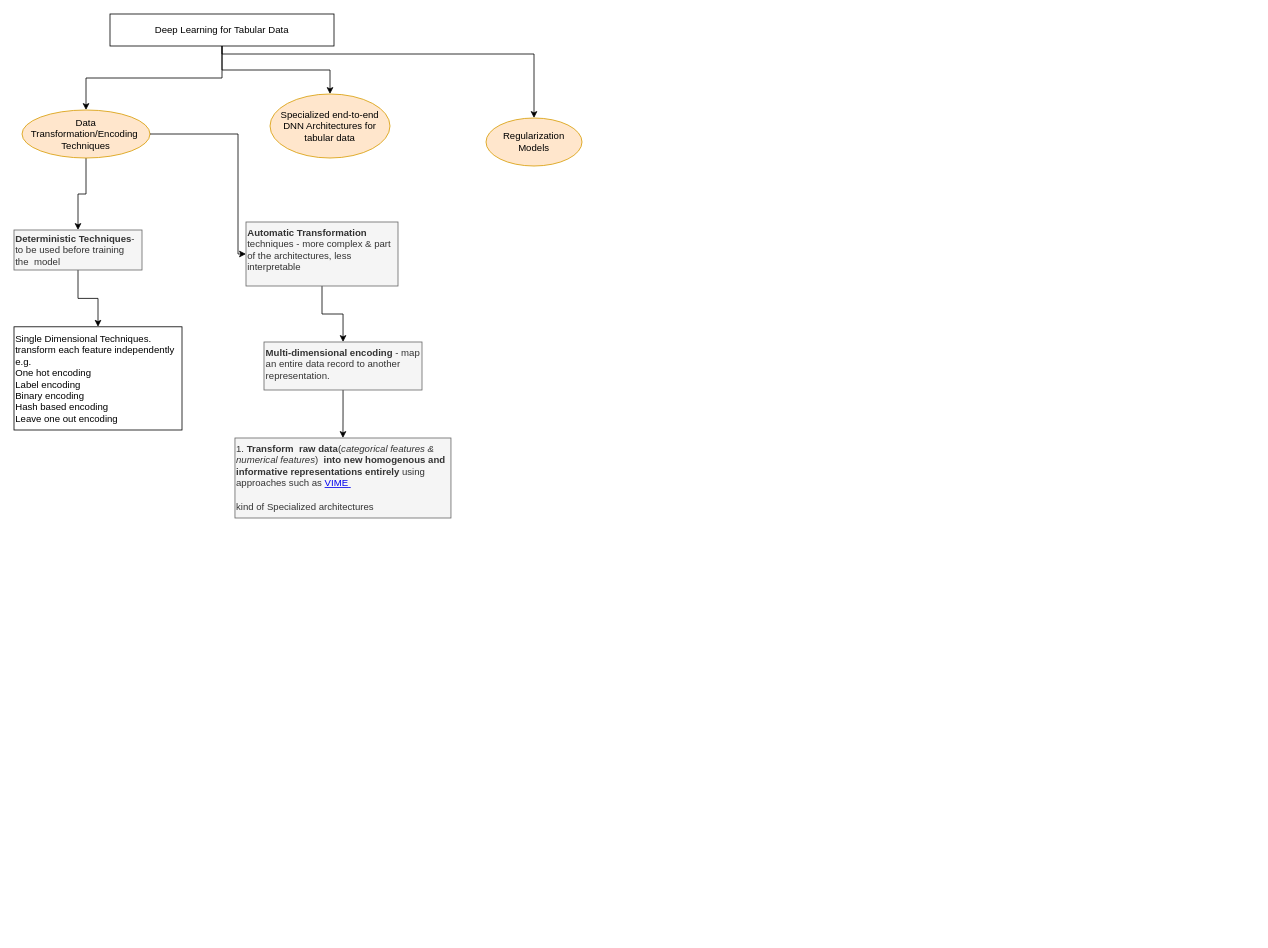
Above: DeepLearningTabularData.drawio in ambitiousrahul/concepts-viz-diagrams (draw.io), before the change. Source tidied: cells renumbered, new cells numbered last; positions are measured from the earlier drawing's top-left corner, leaving out a move shared by most shapes. Both pictures are drawn from the tidied source at 80%, with x=0, y=0 at pixel (14, 14).
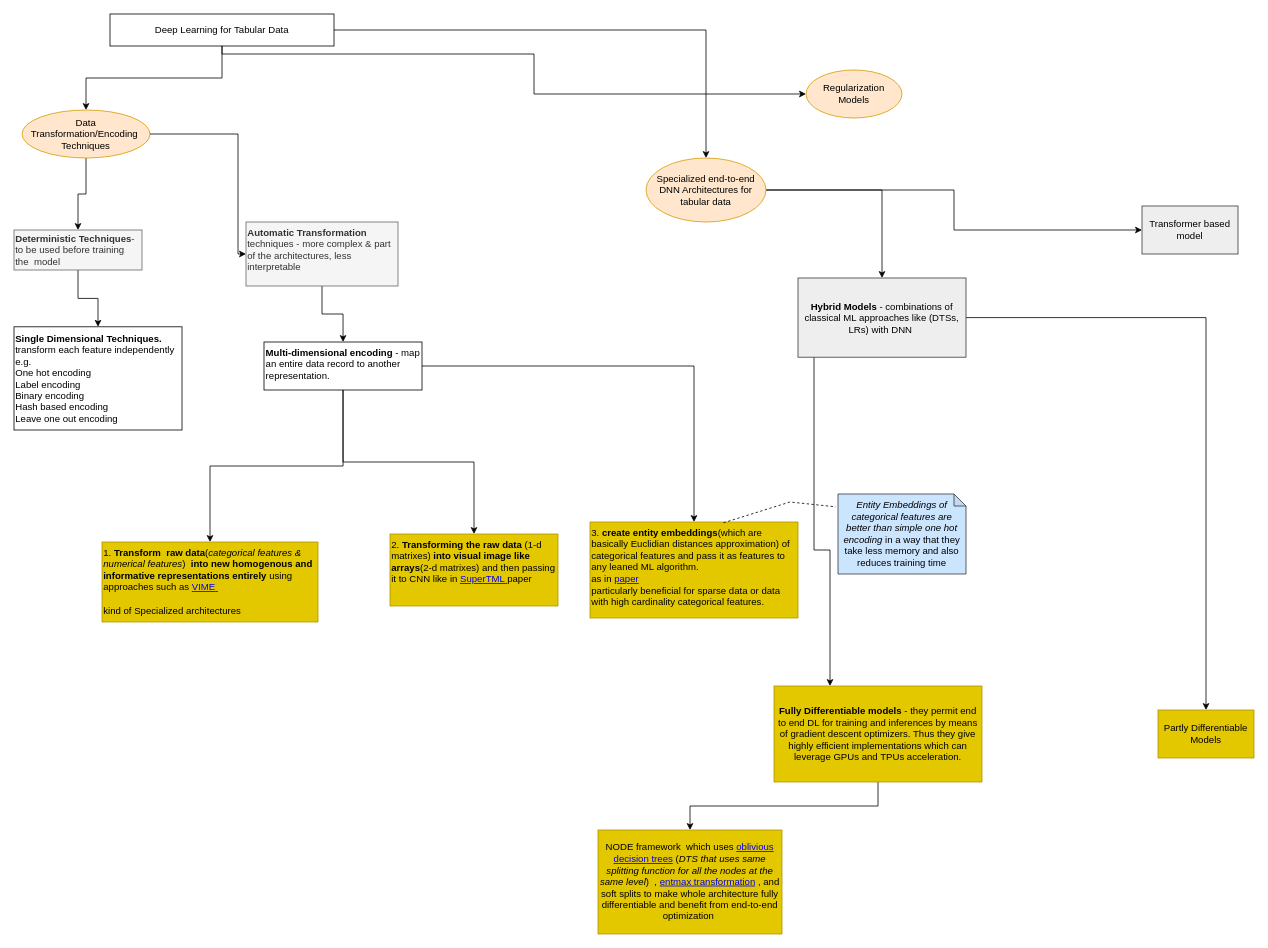
Above is the later version.

The edit, as a diff of the source:
```diff
@@
+    <mxCell id="19" style="edgeStyle=orthogonalEdgeStyle;rounded=0;jettySize=auto;html=1;" parent="1" edge="1" source="8" target="29">
+      <mxGeometry relative="1" as="geometry" />
+    </mxCell>
+    <mxCell id="20" style="edgeStyle=orthogonalEdgeStyle;rounded=0;jettySize=auto;html=1;" parent="1" edge="1" source="8" target="30">
+      <mxGeometry relative="1" as="geometry" />
+    </mxCell>
     <mxCell id="8" value="Specialized end-to-end DNN Architectures for tabular data" style="ellipse;whiteSpace=wrap;html=1;rounded=0;fillColor=#ffe6cc;strokeColor=#d79b00;" parent="1" vertex="1">
-      <mxGeometry x="320" y="100" width="150" height="80" as="geometry" />
+      <mxGeometry x="790" y="180" width="150" height="80" as="geometry" />
     </mxCell>
     <mxCell id="9" value="Regularization Models" style="ellipse;whiteSpace=wrap;html=1;rounded=0;fillColor=#ffe6cc;strokeColor=#d79b00;" parent="1" vertex="1">
-      <mxGeometry x="590" y="130" width="120" height="60" as="geometry" />
+      <mxGeometry x="990" y="70" width="120" height="60" as="geometry" />
     </mxCell>
@@
-    <mxCell id="15" value="Single Dimensional Techniques.&lt;br&gt;transform each feature independently&amp;nbsp;&lt;br&gt;e.g.&lt;br&gt;One hot encoding&lt;br&gt;Label encoding&lt;br&gt;Binary encoding&lt;br&gt;Hash based encoding&lt;br&gt;Leave one out encoding" style="rounded=0;whiteSpace=wrap;html=1;align=left;" parent="1" vertex="1">
+    <mxCell id="15" value="&lt;b&gt;Single Dimensional Techniques.&lt;/b&gt;&lt;br&gt;transform each feature independently&amp;nbsp;&lt;br&gt;e.g.&lt;br&gt;One hot encoding&lt;br&gt;Label encoding&lt;br&gt;Binary encoding&lt;br&gt;Hash based encoding&lt;br&gt;Leave one out encoding" style="rounded=0;whiteSpace=wrap;html=1;align=left;" parent="1" vertex="1">
       <mxGeometry y="391" width="210" height="129" as="geometry" />
     </mxCell>
@@
+    <mxCell id="21" style="edgeStyle=orthogonalEdgeStyle;rounded=0;jettySize=auto;html=1;" parent="1" edge="1" source="17" target="23">
+      <mxGeometry relative="1" as="geometry" />
+    </mxCell>
+    <mxCell id="22" style="edgeStyle=orthogonalEdgeStyle;rounded=0;jettySize=auto;html=1;" parent="1" edge="1" source="17" target="24">
+      <mxGeometry relative="1" as="geometry" />
+    </mxCell>
-    <mxCell id="17" value="&lt;b&gt;Multi-dimensional encoding &lt;/b&gt;- map an entire data record to another representation." style="whiteSpace=wrap;html=1;align=left;verticalAlign=top;fillColor=#f5f5f5;strokeColor=#666666;fontColor=#333333;rounded=0;" parent="1" vertex="1">
+    <mxCell id="17" value="&lt;b&gt;Multi-dimensional encoding &lt;/b&gt;- map an entire data record to another representation." style="whiteSpace=wrap;html=1;align=left;verticalAlign=top;rounded=0;" parent="1" vertex="1">
       <mxGeometry x="312.5" y="410" width="197.5" height="60" as="geometry" />
     </mxCell>
-    <mxCell id="18" value="1. &lt;b&gt;Transform&amp;nbsp; raw data&lt;/b&gt;(&lt;i&gt;categorical features &amp;amp; numerical features&lt;/i&gt;)&amp;nbsp; &lt;b&gt;into new homogenous and informative representations entirely &lt;/b&gt;using approaches such as &lt;a href=&quot;https://www.semanticscholar.org/paper/1be6ddac2e262ff915c9fc2eacbf615082240219&quot;&gt;VIME&lt;b&gt;&amp;nbsp;&lt;/b&gt;&lt;/a&gt;&lt;br&gt;&lt;br&gt;kind of Specialized architectures" style="whiteSpace=wrap;html=1;align=left;verticalAlign=top;fillColor=#f5f5f5;strokeColor=#666666;fontColor=#333333;rounded=0;" parent="1" vertex="1">
-      <mxGeometry x="276.2" y="530" width="270" height="100" as="geometry" />
+    <mxCell id="18" value="1. &lt;b&gt;Transform&amp;nbsp; raw data&lt;/b&gt;(&lt;i&gt;categorical features &amp;amp; numerical features&lt;/i&gt;)&amp;nbsp; &lt;b&gt;into new homogenous and informative representations entirely &lt;/b&gt;using approaches such as &lt;a href=&quot;https://www.semanticscholar.org/paper/1be6ddac2e262ff915c9fc2eacbf615082240219&quot;&gt;VIME&lt;b&gt;&amp;nbsp;&lt;/b&gt;&lt;/a&gt;&lt;br&gt;&lt;br&gt;kind of Specialized architectures" style="whiteSpace=wrap;html=1;align=left;verticalAlign=top;fillColor=#e3c800;strokeColor=#B09500;fontColor=#000000;rounded=0;" parent="1" vertex="1">
+      <mxGeometry x="110" y="660" width="270" height="100" as="geometry" />
     </mxCell>
+    <mxCell id="23" value="2. &lt;b&gt;Transforming the raw data&lt;/b&gt; (1-d matrixes) &lt;b&gt;into visual image like arrays&lt;/b&gt;(2-d matrixes) and then passing it to CNN like in &lt;a href=&quot;https://www.semanticscholar.org/paper/504fd8a5eec03ec865f43cae9886004ac7b96d67&quot;&gt;SuperTML &lt;/a&gt;paper" style="whiteSpace=wrap;html=1;align=left;verticalAlign=top;fillColor=#e3c800;strokeColor=#B09500;fontColor=#000000;rounded=0;" parent="1" vertex="1">
+      <mxGeometry x="470" y="650" width="210" height="90" as="geometry" />
+    </mxCell>
+    <mxCell id="24" value="3. &lt;b&gt;create entity embeddings&lt;/b&gt;(which are basically Euclidian distances approximation) of categorical features and pass it as features to any leaned ML algorithm.&amp;nbsp;&lt;br&gt;as in &lt;a href=&quot;https://www.semanticscholar.org/paper/f9408afe434ab6ea5e852d92d5454063815a8685&quot;&gt;paper&lt;/a&gt;&lt;br&gt;particularly beneficial for sparse data or data with high cardinality categorical features." style="whiteSpace=wrap;html=1;align=left;verticalAlign=top;fillColor=#e3c800;strokeColor=#B09500;fontColor=#000000;rounded=0;" parent="1" vertex="1">
+      <mxGeometry x="720" y="635" width="260" height="120" as="geometry" />
+    </mxCell>
+    <mxCell id="25" value="&lt;i&gt;Entity Embeddings of categorical features are better than simple one hot encoding&lt;/i&gt; in a way that they take less memory and also reduces training time" style="shape=note;whiteSpace=wrap;html=1;backgroundOutline=1;darkOpacity=0.05;size=15;fillColor=#cce5ff;strokeColor=#36393d;" parent="1" vertex="1">
+      <mxGeometry x="1030" y="600" width="160" height="100" as="geometry" />
+    </mxCell>
+    <mxCell id="26" style="endArrow=none;dashed=1;html=1;rounded=0;entryX=-0.019;entryY=0.16;entryDx=0;entryDy=0;entryPerimeter=0;exitX=0.642;exitY=0.008;exitDx=0;exitDy=0;exitPerimeter=0;" parent="1" edge="1" source="24" target="25">
+      <mxGeometry relative="1" as="geometry">
+        <Array as="points">
+          <mxPoint x="970" y="610" />
+        </Array>
+      </mxGeometry>
+    </mxCell>
+    <mxCell id="27" style="edgeStyle=orthogonalEdgeStyle;rounded=0;jettySize=auto;html=1;" parent="1" edge="1" source="29" target="32">
+      <mxGeometry relative="1" as="geometry">
+        <Array as="points">
+          <mxPoint x="1000" y="670" />
+          <mxPoint x="1020" y="670" />
+        </Array>
+      </mxGeometry>
+    </mxCell>
+    <mxCell id="28" style="edgeStyle=orthogonalEdgeStyle;rounded=0;jettySize=auto;html=1;" parent="1" edge="1" source="29" target="33">
+      <mxGeometry relative="1" as="geometry" />
+    </mxCell>
+    <mxCell id="29" value="&lt;b&gt;Hybrid Models &lt;/b&gt;- combinations of classical ML approaches like (DTSs, LRs) with DNN&amp;nbsp;" style="whiteSpace=wrap;html=1;fillColor=#eeeeee;strokeColor=#36393d;rounded=0;" parent="1" vertex="1">
+      <mxGeometry x="980" y="330" width="210" height="99" as="geometry" />
+    </mxCell>
+    <mxCell id="30" value="Transformer based model" style="whiteSpace=wrap;html=1;fillColor=#eeeeee;strokeColor=#36393d;rounded=0;" parent="1" vertex="1">
+      <mxGeometry x="1410" y="240" width="120" height="60" as="geometry" />
+    </mxCell>
+    <mxCell id="31" style="edgeStyle=orthogonalEdgeStyle;rounded=0;jettySize=auto;html=1;" parent="1" edge="1" source="32" target="34">
+      <mxGeometry relative="1" as="geometry" />
+    </mxCell>
+    <mxCell id="32" value="&lt;b&gt;Fully Differentiable models&lt;/b&gt; - they permit end to end DL for training and inferences by means of gradient descent optimizers. Thus they give highly efficient implementations which can leverage GPUs and TPUs acceleration." style="whiteSpace=wrap;html=1;fillColor=#e3c800;strokeColor=#B09500;rounded=0;fontColor=#000000;" parent="1" vertex="1">
+      <mxGeometry x="950" y="840" width="260" height="120" as="geometry" />
+    </mxCell>
+    <mxCell id="33" value="Partly Differentiable Models" style="whiteSpace=wrap;html=1;fillColor=#e3c800;strokeColor=#B09500;rounded=0;fontColor=#000000;" parent="1" vertex="1">
+      <mxGeometry x="1430" y="870" width="120" height="60" as="geometry" />
+    </mxCell>
+    <mxCell id="34" value="NODE framework&amp;nbsp; which uses &lt;a href=&quot;https://www.semanticscholar.org/paper/f123360fe7c9d721524367c51cbbc3205f8166d2&quot;&gt;oblivious decision trees&lt;/a&gt;&amp;nbsp;(&lt;i&gt;DTS that uses same splitting function for all the nodes at the same level&lt;/i&gt;)&amp;nbsp; , &lt;a href=&quot;https://www.semanticscholar.org/paper/3cee801d10f410f0feb1a2390776a01ba2765001&quot;&gt;entmax transformation&lt;/a&gt; , and soft splits to make whole architecture fully differentiable and benefit from end-to-end optimization&amp;nbsp;" style="whiteSpace=wrap;html=1;fillColor=#e3c800;strokeColor=#B09500;fontColor=#000000;rounded=0;" parent="1" vertex="1">
+      <mxGeometry x="730" y="1020" width="230" height="130" as="geometry" />
+    </mxCell>
```
